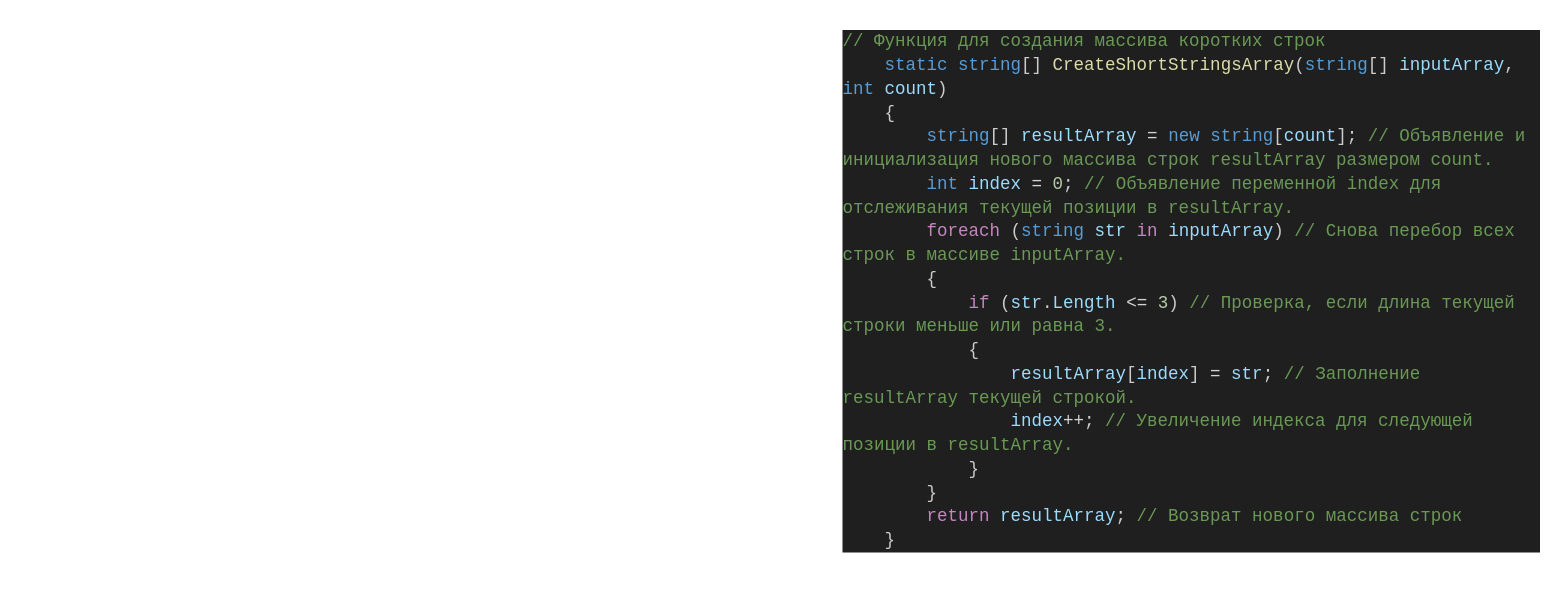
kkssiinn/- keeps this draw.io diagram as page "CreateShortStringsArray" (3 of 3) of блок схема.drawio. Above is the earlier version. Source tidied: cells renumbered, new cells numbered last; positions are measured from the earlier drawing's top-left corner, leaving out a move shared by most shapes. Both pictures are drawn from the tidied source at 125%, with x=0, y=0 at pixel (840, 21).
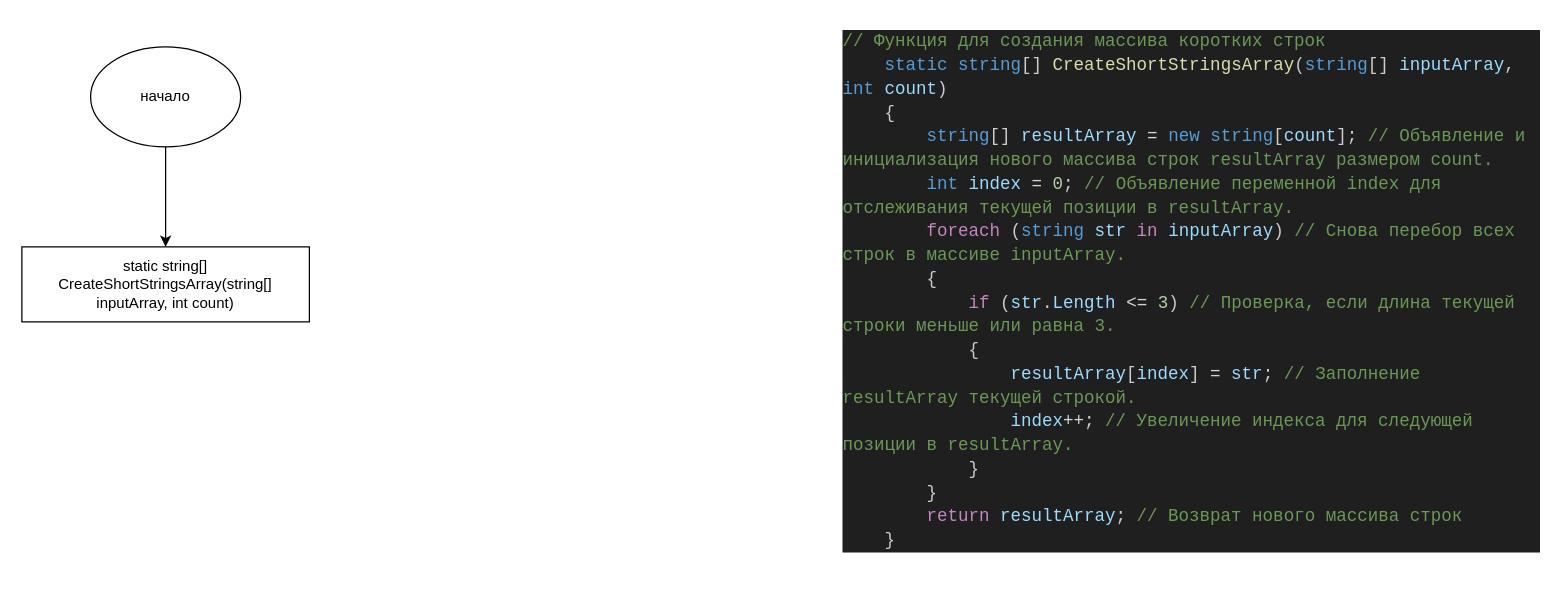
The same diagram, later.

Diff of the diagram source:
```diff
@@
 <mxGraphModel>
   <root>
     <mxCell id="0" />
     <mxCell id="1" parent="0" />
     <mxCell id="2" value="&lt;div style=&quot;color: rgb(204, 204, 204); background-color: rgb(31, 31, 31); font-family: Consolas, &amp;quot;Courier New&amp;quot;, monospace; font-weight: normal; font-size: 14px; line-height: 19px;&quot;&gt;&lt;div&gt;&lt;span style=&quot;color: #6a9955;&quot;&gt;// Функция для создания массива коротких строк&lt;/span&gt;&lt;/div&gt;&lt;div&gt;&lt;span style=&quot;color: #cccccc;&quot;&gt;&amp;nbsp; &amp;nbsp; &lt;/span&gt;&lt;span style=&quot;color: #569cd6;&quot;&gt;static&lt;/span&gt;&lt;span style=&quot;color: #cccccc;&quot;&gt; &lt;/span&gt;&lt;span style=&quot;color: #569cd6;&quot;&gt;string&lt;/span&gt;&lt;span style=&quot;color: #cccccc;&quot;&gt;[] &lt;/span&gt;&lt;span style=&quot;color: #dcdcaa;&quot;&gt;CreateShortStringsArray&lt;/span&gt;&lt;span style=&quot;color: #cccccc;&quot;&gt;(&lt;/span&gt;&lt;span style=&quot;color: #569cd6;&quot;&gt;string&lt;/span&gt;&lt;span style=&quot;color: #cccccc;&quot;&gt;[] &lt;/span&gt;&lt;span style=&quot;color: #9cdcfe;&quot;&gt;inputArray&lt;/span&gt;&lt;span style=&quot;color: #cccccc;&quot;&gt;, &lt;/span&gt;&lt;span style=&quot;color: #569cd6;&quot;&gt;int&lt;/span&gt;&lt;span style=&quot;color: #cccccc;&quot;&gt; &lt;/span&gt;&lt;span style=&quot;color: #9cdcfe;&quot;&gt;count&lt;/span&gt;&lt;span style=&quot;color: #cccccc;&quot;&gt;)&lt;/span&gt;&lt;/div&gt;&lt;div&gt;&lt;span style=&quot;color: #cccccc;&quot;&gt;&amp;nbsp; &amp;nbsp; {&lt;/span&gt;&lt;/div&gt;&lt;div&gt;&lt;span style=&quot;color: #cccccc;&quot;&gt;&amp;nbsp; &amp;nbsp; &amp;nbsp; &amp;nbsp; &lt;/span&gt;&lt;span style=&quot;color: #569cd6;&quot;&gt;string&lt;/span&gt;&lt;span style=&quot;color: #cccccc;&quot;&gt;[] &lt;/span&gt;&lt;span style=&quot;color: #9cdcfe;&quot;&gt;resultArray&lt;/span&gt;&lt;span style=&quot;color: #cccccc;&quot;&gt; &lt;/span&gt;&lt;span style=&quot;color: #d4d4d4;&quot;&gt;=&lt;/span&gt;&lt;span style=&quot;color: #cccccc;&quot;&gt; &lt;/span&gt;&lt;span style=&quot;color: #569cd6;&quot;&gt;new&lt;/span&gt;&lt;span style=&quot;color: #cccccc;&quot;&gt; &lt;/span&gt;&lt;span style=&quot;color: #569cd6;&quot;&gt;string&lt;/span&gt;&lt;span style=&quot;color: #cccccc;&quot;&gt;[&lt;/span&gt;&lt;span style=&quot;color: #9cdcfe;&quot;&gt;count&lt;/span&gt;&lt;span style=&quot;color: #cccccc;&quot;&gt;]; &lt;/span&gt;&lt;span style=&quot;color: #6a9955;&quot;&gt;// Объявление и инициализация нового массива строк resultArray размером count.&lt;/span&gt;&lt;/div&gt;&lt;div&gt;&lt;span style=&quot;color: #cccccc;&quot;&gt;&amp;nbsp; &amp;nbsp; &amp;nbsp; &amp;nbsp; &lt;/span&gt;&lt;span style=&quot;color: #569cd6;&quot;&gt;int&lt;/span&gt;&lt;span style=&quot;color: #cccccc;&quot;&gt; &lt;/span&gt;&lt;span style=&quot;color: #9cdcfe;&quot;&gt;index&lt;/span&gt;&lt;span style=&quot;color: #cccccc;&quot;&gt; &lt;/span&gt;&lt;span style=&quot;color: #d4d4d4;&quot;&gt;=&lt;/span&gt;&lt;span style=&quot;color: #cccccc;&quot;&gt; &lt;/span&gt;&lt;span style=&quot;color: #b5cea8;&quot;&gt;0&lt;/span&gt;&lt;span style=&quot;color: #cccccc;&quot;&gt;; &lt;/span&gt;&lt;span style=&quot;color: #6a9955;&quot;&gt;// Объявление переменной index для отслеживания текущей позиции в resultArray.&lt;/span&gt;&lt;/div&gt;&lt;div&gt;&lt;span style=&quot;color: #cccccc;&quot;&gt;&amp;nbsp; &amp;nbsp; &amp;nbsp; &amp;nbsp; &lt;/span&gt;&lt;span style=&quot;color: #c586c0;&quot;&gt;foreach&lt;/span&gt;&lt;span style=&quot;color: #cccccc;&quot;&gt; (&lt;/span&gt;&lt;span style=&quot;color: #569cd6;&quot;&gt;string&lt;/span&gt;&lt;span style=&quot;color: #cccccc;&quot;&gt; &lt;/span&gt;&lt;span style=&quot;color: #9cdcfe;&quot;&gt;str&lt;/span&gt;&lt;span style=&quot;color: #cccccc;&quot;&gt; &lt;/span&gt;&lt;span style=&quot;color: #c586c0;&quot;&gt;in&lt;/span&gt;&lt;span style=&quot;color: #cccccc;&quot;&gt; &lt;/span&gt;&lt;span style=&quot;color: #9cdcfe;&quot;&gt;inputArray&lt;/span&gt;&lt;span style=&quot;color: #cccccc;&quot;&gt;) &lt;/span&gt;&lt;span style=&quot;color: #6a9955;&quot;&gt;// Снова перебор всех строк в массиве inputArray.&lt;/span&gt;&lt;/div&gt;&lt;div&gt;&lt;span style=&quot;color: #cccccc;&quot;&gt;&amp;nbsp; &amp;nbsp; &amp;nbsp; &amp;nbsp; {&lt;/span&gt;&lt;/div&gt;&lt;div&gt;&lt;span style=&quot;color: #cccccc;&quot;&gt;&amp;nbsp; &amp;nbsp; &amp;nbsp; &amp;nbsp; &amp;nbsp; &amp;nbsp; &lt;/span&gt;&lt;span style=&quot;color: #c586c0;&quot;&gt;if&lt;/span&gt;&lt;span style=&quot;color: #cccccc;&quot;&gt; (&lt;/span&gt;&lt;span style=&quot;color: #9cdcfe;&quot;&gt;str&lt;/span&gt;&lt;span style=&quot;color: #cccccc;&quot;&gt;.&lt;/span&gt;&lt;span style=&quot;color: #9cdcfe;&quot;&gt;Length&lt;/span&gt;&lt;span style=&quot;color: #cccccc;&quot;&gt; &lt;/span&gt;&lt;span style=&quot;color: #d4d4d4;&quot;&gt;&amp;lt;=&lt;/span&gt;&lt;span style=&quot;color: #cccccc;&quot;&gt; &lt;/span&gt;&lt;span style=&quot;color: #b5cea8;&quot;&gt;3&lt;/span&gt;&lt;span style=&quot;color: #cccccc;&quot;&gt;) &lt;/span&gt;&lt;span style=&quot;color: #6a9955;&quot;&gt;// Проверка, если длина текущей строки меньше или равна 3.&lt;/span&gt;&lt;/div&gt;&lt;div&gt;&lt;span style=&quot;color: #cccccc;&quot;&gt;&amp;nbsp; &amp;nbsp; &amp;nbsp; &amp;nbsp; &amp;nbsp; &amp;nbsp; {&lt;/span&gt;&lt;/div&gt;&lt;div&gt;&lt;span style=&quot;color: #cccccc;&quot;&gt;&amp;nbsp; &amp;nbsp; &amp;nbsp; &amp;nbsp; &amp;nbsp; &amp;nbsp; &amp;nbsp; &amp;nbsp; &lt;/span&gt;&lt;span style=&quot;color: #9cdcfe;&quot;&gt;resultArray&lt;/span&gt;&lt;span style=&quot;color: #cccccc;&quot;&gt;[&lt;/span&gt;&lt;span style=&quot;color: #9cdcfe;&quot;&gt;index&lt;/span&gt;&lt;span style=&quot;color: #cccccc;&quot;&gt;] &lt;/span&gt;&lt;span style=&quot;color: #d4d4d4;&quot;&gt;=&lt;/span&gt;&lt;span style=&quot;color: #cccccc;&quot;&gt; &lt;/span&gt;&lt;span style=&quot;color: #9cdcfe;&quot;&gt;str&lt;/span&gt;&lt;span style=&quot;color: #cccccc;&quot;&gt;; &lt;/span&gt;&lt;span style=&quot;color: #6a9955;&quot;&gt;// Заполнение resultArray текущей строкой.&lt;/span&gt;&lt;/div&gt;&lt;div&gt;&lt;span style=&quot;color: #cccccc;&quot;&gt;&amp;nbsp; &amp;nbsp; &amp;nbsp; &amp;nbsp; &amp;nbsp; &amp;nbsp; &amp;nbsp; &amp;nbsp; &lt;/span&gt;&lt;span style=&quot;color: #9cdcfe;&quot;&gt;index&lt;/span&gt;&lt;span style=&quot;color: #d4d4d4;&quot;&gt;++&lt;/span&gt;&lt;span style=&quot;color: #cccccc;&quot;&gt;; &lt;/span&gt;&lt;span style=&quot;color: #6a9955;&quot;&gt;// Увеличение индекса для следующей позиции в resultArray.&lt;/span&gt;&lt;/div&gt;&lt;div&gt;&lt;span style=&quot;color: #cccccc;&quot;&gt;&amp;nbsp; &amp;nbsp; &amp;nbsp; &amp;nbsp; &amp;nbsp; &amp;nbsp; }&lt;/span&gt;&lt;/div&gt;&lt;div&gt;&lt;span style=&quot;color: #cccccc;&quot;&gt;&amp;nbsp; &amp;nbsp; &amp;nbsp; &amp;nbsp; }&lt;/span&gt;&lt;/div&gt;&lt;div&gt;&lt;span style=&quot;color: #cccccc;&quot;&gt;&amp;nbsp; &amp;nbsp; &amp;nbsp; &amp;nbsp; &lt;/span&gt;&lt;span style=&quot;color: #c586c0;&quot;&gt;return&lt;/span&gt;&lt;span style=&quot;color: #cccccc;&quot;&gt; &lt;/span&gt;&lt;span style=&quot;color: #9cdcfe;&quot;&gt;resultArray&lt;/span&gt;&lt;span style=&quot;color: #cccccc;&quot;&gt;; &lt;/span&gt;&lt;span style=&quot;color: #6a9955;&quot;&gt;// Возврат нового массива строк&lt;/span&gt;&lt;/div&gt;&lt;div&gt;&lt;span style=&quot;color: #cccccc;&quot;&gt;&amp;nbsp; &amp;nbsp; }&lt;/span&gt;&lt;/div&gt;&lt;/div&gt;" style="text;whiteSpace=wrap;html=1;" parent="1" vertex="1">
       <mxGeometry width="560" height="440" as="geometry" />
     </mxCell>
+    <mxCell id="3" style="edgeStyle=orthogonalEdgeStyle;rounded=0;jettySize=auto;html=1;" parent="1" edge="1" source="4" target="5">
+      <mxGeometry relative="1" as="geometry" />
+    </mxCell>
+    <mxCell id="4" value="начало" style="ellipse;whiteSpace=wrap;html=1;" parent="1" vertex="1">
+      <mxGeometry x="-600" y="20" width="120" height="80" as="geometry" />
+    </mxCell>
+    <mxCell id="5" value="&lt;p&gt;static string[] CreateShortStringsArray(string[] inputArray, int count)&lt;span style=&quot;&quot;&gt;&lt;/span&gt;&lt;br&gt;&lt;/p&gt;" style="whiteSpace=wrap;html=1;" parent="1" vertex="1">
+      <mxGeometry x="-655" y="180" width="230" height="60" as="geometry" />
+    </mxCell>
   </root>
 </mxGraphModel>
```
